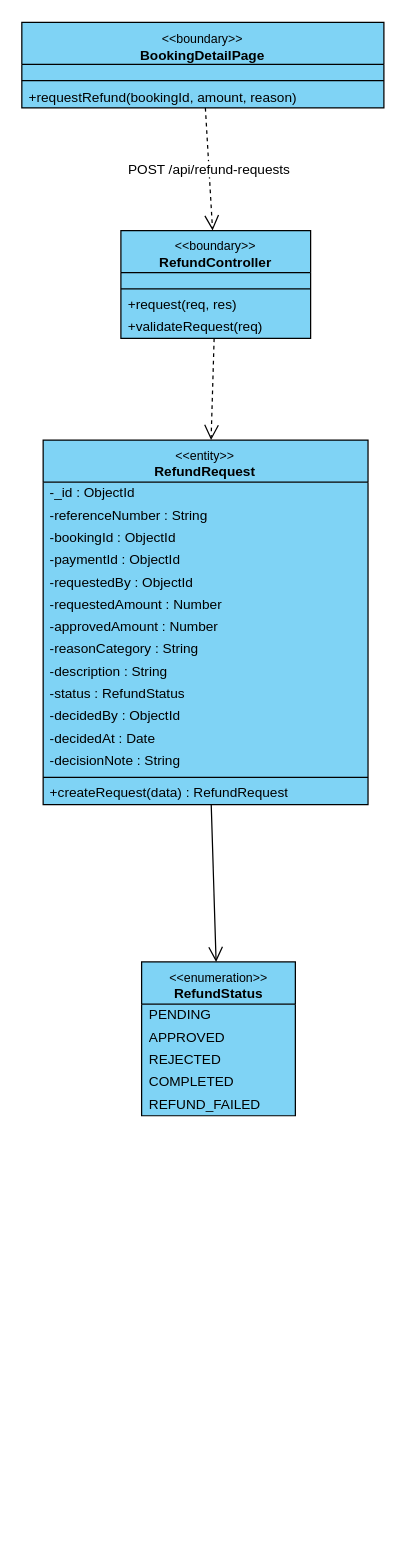
Earlier version of the draw.io diagram final/diagrams/M4_Billing-And-Payment_Diagrams/class_diagrams/CD-15_UC-C17_RequestRefund.drawio (toikobi401/SWD392). Source tidied: cells renumbered, new cells numbered last; positions are measured from the earlier drawing's top-left corner, leaving out a move shared by most shapes. Both pictures are drawn from the tidied source at 124%, with x=0, y=0 at pixel (21, 21).
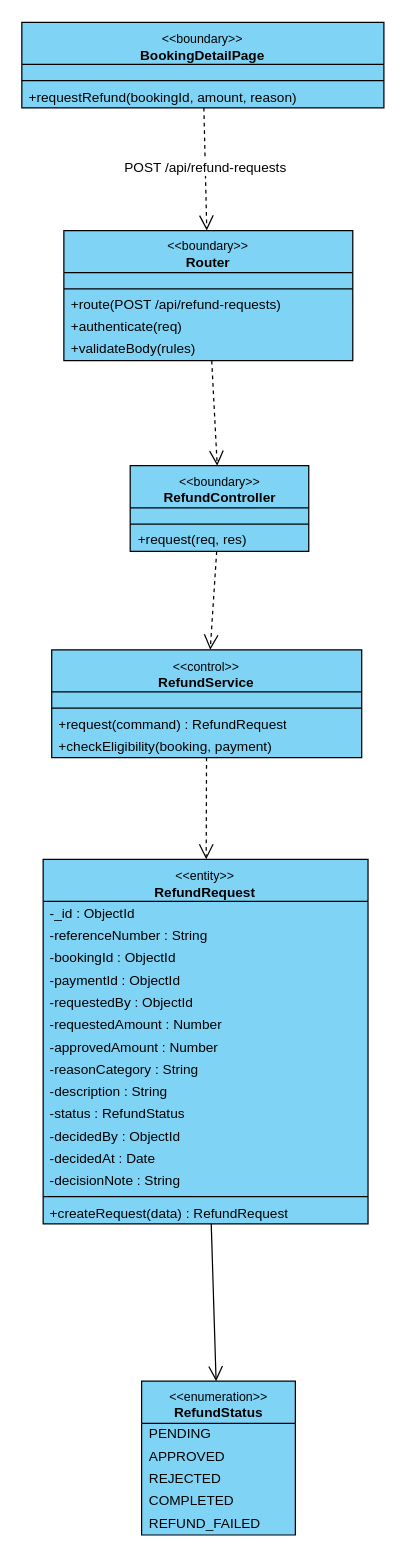
The same page after the edit.

The change refers to these unchanged cells:
```xml
<mxCell id="2" value="&lt;font style=&quot;font-size:10px&quot;&gt;&amp;lt;&amp;lt;boundary&amp;gt;&amp;gt;&lt;/font&gt;&lt;br&gt;&lt;b&gt;BookingDetailPage&lt;/b&gt;" style="swimlane;fontStyle=0;align=center;verticalAlign=top;horizontal=1;startSize=34;html=1;whiteSpace=wrap;fontSize=11;fillColor=#7fd3f5;swimlaneFillColor=#7fd3f5;strokeColor=#000000;" parent="1" vertex="1">
  <mxGeometry x="0.1" y="0.5" width="292" height="69" as="geometry" />
</mxCell>
```

Change to the diagram source:
```diff
@@
+    <mxCell id="36" value="&lt;font style=&quot;font-size:10px&quot;&gt;&amp;lt;&amp;lt;boundary&amp;gt;&amp;gt;&lt;/font&gt;&lt;br&gt;&lt;b&gt;Router&lt;/b&gt;" style="swimlane;fontStyle=0;align=center;verticalAlign=top;horizontal=1;startSize=34;html=1;whiteSpace=wrap;fontSize=11;fillColor=#7fd3f5;swimlaneFillColor=#7fd3f5;strokeColor=#000000;" parent="1" vertex="1">
+      <mxGeometry x="34" y="168.4" width="233" height="105" as="geometry" />
+    </mxCell>
+    <mxCell id="37" style="text;strokeColor=none;fillColor=none;html=1;" parent="36" vertex="1">
+      <mxGeometry y="34" width="233" height="9" as="geometry" />
+    </mxCell>
+    <mxCell id="38" style="line;strokeWidth=1;fillColor=none;align=left;verticalAlign=middle;spacingTop=-1;spacingLeft=3;spacingRight=3;labelPosition=right;strokeColor=#000000;" parent="36" vertex="1">
+      <mxGeometry y="43" width="233" height="8" as="geometry" />
+    </mxCell>
+    <mxCell id="39" value="+route(POST /api/refund-requests)" style="text;strokeColor=none;fillColor=none;align=left;verticalAlign=middle;spacingLeft=4;spacingRight=4;overflow=hidden;whiteSpace=nowrap;html=1;fontSize=11;" parent="36" vertex="1">
+      <mxGeometry y="51" width="233" height="18" as="geometry" />
+    </mxCell>
+    <mxCell id="40" value="+authenticate(req)" style="text;strokeColor=none;fillColor=none;align=left;verticalAlign=middle;spacingLeft=4;spacingRight=4;overflow=hidden;whiteSpace=nowrap;html=1;fontSize=11;" parent="36" vertex="1">
+      <mxGeometry y="69" width="233" height="18" as="geometry" />
+    </mxCell>
+    <mxCell id="41" value="+validateBody(rules)" style="text;strokeColor=none;fillColor=none;align=left;verticalAlign=middle;spacingLeft=4;spacingRight=4;overflow=hidden;whiteSpace=nowrap;html=1;fontSize=11;" parent="36" vertex="1">
+      <mxGeometry y="87" width="233" height="18" as="geometry" />
+    </mxCell>
     <mxCell id="6" value="&lt;font style=&quot;font-size:10px&quot;&gt;&amp;lt;&amp;lt;boundary&amp;gt;&amp;gt;&lt;/font&gt;&lt;br&gt;&lt;b&gt;RefundController&lt;/b&gt;" style="swimlane;fontStyle=0;align=center;verticalAlign=top;horizontal=1;startSize=34;html=1;whiteSpace=wrap;fontSize=11;fillColor=#7fd3f5;swimlaneFillColor=#7fd3f5;strokeColor=#000000;" parent="1" vertex="1">
-      <mxGeometry x="80" y="168.4" width="153" height="87" as="geometry" />
+      <mxGeometry x="87.5" y="358.1" width="144" height="69" as="geometry" />
     </mxCell>
     <mxCell id="7" style="text;strokeColor=none;fillColor=none;html=1;" parent="6" vertex="1">
-      <mxGeometry y="34" width="153" height="9" as="geometry" />
+      <mxGeometry y="34" width="144" height="9" as="geometry" />
     </mxCell>
     <mxCell id="8" style="line;strokeWidth=1;fillColor=none;align=left;verticalAlign=middle;spacingTop=-1;spacingLeft=3;spacingRight=3;labelPosition=right;strokeColor=#000000;" parent="6" vertex="1">
-      <mxGeometry y="43" width="153" height="8" as="geometry" />
+      <mxGeometry y="43" width="144" height="8" as="geometry" />
     </mxCell>
     <mxCell id="9" value="+request(req, res)" style="text;strokeColor=none;fillColor=none;align=left;verticalAlign=middle;spacingLeft=4;spacingRight=4;overflow=hidden;whiteSpace=nowrap;html=1;fontSize=11;" parent="6" vertex="1">
-      <mxGeometry y="51" width="153" height="18" as="geometry" />
+      <mxGeometry y="51" width="144" height="18" as="geometry" />
     </mxCell>
-    <mxCell id="10" value="+validateRequest(req)" style="text;strokeColor=none;fillColor=none;align=left;verticalAlign=middle;spacingLeft=4;spacingRight=4;overflow=hidden;whiteSpace=nowrap;html=1;fontSize=11;" parent="6" vertex="1">
-      <mxGeometry y="69" width="153" height="18" as="geometry" />
-    </mxCell>
+    <mxCell id="42" value="&lt;font style=&quot;font-size:10px&quot;&gt;&amp;lt;&amp;lt;control&amp;gt;&amp;gt;&lt;/font&gt;&lt;br&gt;&lt;b&gt;RefundService&lt;/b&gt;" style="swimlane;fontStyle=0;align=center;verticalAlign=top;horizontal=1;startSize=34;html=1;whiteSpace=wrap;fontSize=11;fillColor=#7fd3f5;swimlaneFillColor=#7fd3f5;strokeColor=#000000;" parent="1" vertex="1">
+      <mxGeometry x="24.2" y="506.5" width="250" height="87" as="geometry" />
+    </mxCell>
+    <mxCell id="43" style="text;strokeColor=none;fillColor=none;html=1;" parent="42" vertex="1">
+      <mxGeometry y="34" width="250" height="9" as="geometry" />
+    </mxCell>
+    <mxCell id="44" style="line;strokeWidth=1;fillColor=none;align=left;verticalAlign=middle;spacingTop=-1;spacingLeft=3;spacingRight=3;labelPosition=right;strokeColor=#000000;" parent="42" vertex="1">
+      <mxGeometry y="43" width="250" height="8" as="geometry" />
+    </mxCell>
+    <mxCell id="45" value="+request(command) : RefundRequest" style="text;strokeColor=none;fillColor=none;align=left;verticalAlign=middle;spacingLeft=4;spacingRight=4;overflow=hidden;whiteSpace=nowrap;html=1;fontSize=11;" parent="42" vertex="1">
+      <mxGeometry y="51" width="250" height="18" as="geometry" />
+    </mxCell>
+    <mxCell id="46" value="+checkEligibility(booking, payment)" style="text;strokeColor=none;fillColor=none;align=left;verticalAlign=middle;spacingLeft=4;spacingRight=4;overflow=hidden;whiteSpace=nowrap;html=1;fontSize=11;" parent="42" vertex="1">
+      <mxGeometry y="69" width="250" height="18" as="geometry" />
+    </mxCell>
     <mxCell id="11" value="&lt;font style=&quot;font-size:10px&quot;&gt;&amp;lt;&amp;lt;entity&amp;gt;&amp;gt;&lt;/font&gt;&lt;br&gt;&lt;b&gt;RefundRequest&lt;/b&gt;" style="swimlane;fontStyle=0;align=center;verticalAlign=top;horizontal=1;startSize=34;html=1;whiteSpace=wrap;fontSize=11;fillColor=#7fd3f5;swimlaneFillColor=#7fd3f5;strokeColor=#000000;" parent="1" vertex="1">
-      <mxGeometry x="17.3" y="337.4" width="262" height="294" as="geometry" />
+      <mxGeometry x="17.3" y="675.5" width="262" height="294" as="geometry" />
     </mxCell>
@@
     <mxCell id="27" value="&lt;font style=&quot;font-size:10px&quot;&gt;&amp;lt;&amp;lt;enumeration&amp;gt;&amp;gt;&lt;/font&gt;&lt;br&gt;&lt;b&gt;RefundStatus&lt;/b&gt;" style="swimlane;fontStyle=0;align=center;verticalAlign=top;horizontal=1;startSize=34;html=1;whiteSpace=wrap;fontSize=11;fillColor=#7fd3f5;swimlaneFillColor=#7fd3f5;strokeColor=#000000;" parent="1" vertex="1">
-      <mxGeometry x="96.7" y="758.3" width="124" height="124" as="geometry" />
+      <mxGeometry x="96.7" y="1096.4" width="124" height="124" as="geometry" />
     </mxCell>
@@
-    <mxCell id="33" value="POST /api/refund-requests" style="html=1;rounded=0;fontSize=11;labelBackgroundColor=#ffffff;dashed=1;endArrow=open;endSize=10;" parent="1" edge="1" source="2" target="6">
+    <mxCell id="33" value="POST /api/refund-requests" style="html=1;rounded=0;fontSize=11;labelBackgroundColor=#ffffff;dashed=1;endArrow=open;endSize=10;" parent="1" edge="1" source="2" target="36">
       <mxGeometry relative="1" as="geometry" />
     </mxCell>
-    <mxCell id="34" style="html=1;rounded=0;fontSize=11;labelBackgroundColor=#ffffff;dashed=1;endArrow=open;endSize=10;" parent="1" edge="1" source="6" target="11">
+    <mxCell id="34" style="html=1;rounded=0;fontSize=11;labelBackgroundColor=#ffffff;dashed=1;endArrow=open;endSize=10;" parent="1" edge="1" source="36" target="6">
       <mxGeometry relative="1" as="geometry" />
     </mxCell>
-    <mxCell id="35" style="html=1;rounded=0;fontSize=11;labelBackgroundColor=#ffffff;endArrow=open;endSize=10;" parent="1" edge="1" source="11" target="27">
+    <mxCell id="35" style="html=1;rounded=0;fontSize=11;labelBackgroundColor=#ffffff;dashed=1;endArrow=open;endSize=10;" parent="1" edge="1" source="6" target="42">
       <mxGeometry relative="1" as="geometry" />
     </mxCell>
+    <mxCell id="47" style="html=1;rounded=0;fontSize=11;labelBackgroundColor=#ffffff;dashed=1;endArrow=open;endSize=10;" parent="1" edge="1" source="42" target="11">
+      <mxGeometry relative="1" as="geometry" />
+    </mxCell>
+    <mxCell id="48" style="html=1;rounded=0;fontSize=11;labelBackgroundColor=#ffffff;endArrow=open;endSize=10;" parent="1" edge="1" source="11" target="27">
+      <mxGeometry relative="1" as="geometry" />
+    </mxCell>
```
